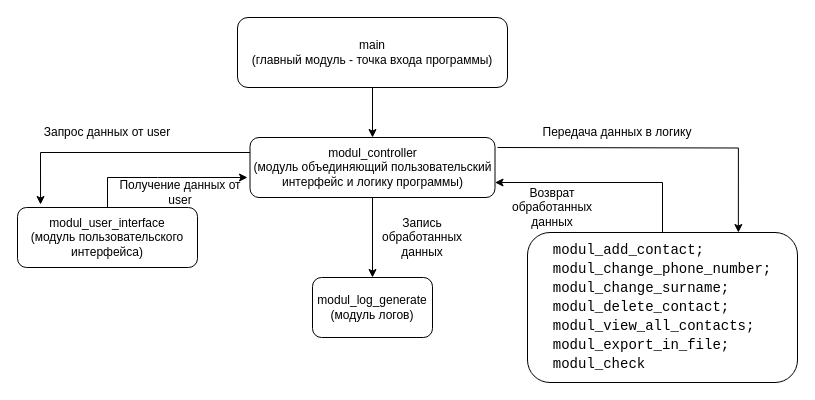
RomanKostikov/Seminar_7 keeps this draw.io diagram as homewok_phonebook/arch_program.drawio. Above is the earlier version. Source tidied: cells renumbered, new cells numbered last; positions are measured from the earlier drawing's top-left corner, leaving out a move shared by most shapes. Both pictures are drawn from the tidied source at 100%, with x=0, y=0 at pixel (17, 17).
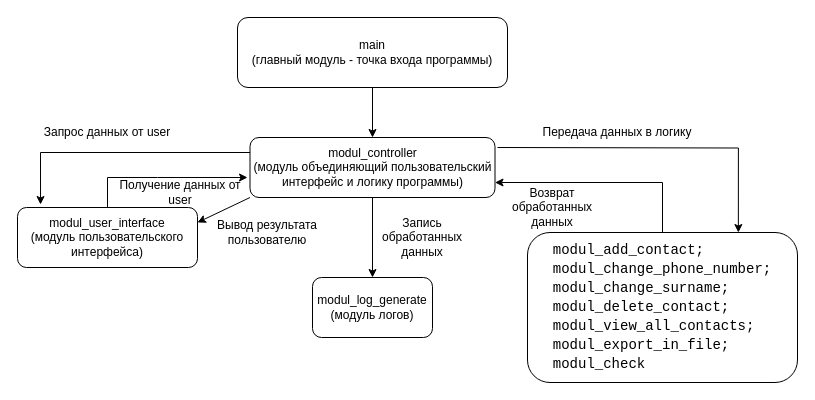
The same page after the edit.

The change refers to these unchanged cells:
```xml
<mxCell id="7" value="modul_controller&lt;br&gt;(модуль объединяющий пользовательский интерфейс и логику программы)" style="whiteSpace=wrap;html=1;rounded=1;" parent="1" vertex="1">
  <mxGeometry x="232.5" y="120" width="245" height="60" as="geometry" />
</mxCell>
<mxCell id="11" value="modul_user_interface&lt;br&gt;(модуль пользовательского интерфейса)" style="rounded=1;whiteSpace=wrap;html=1;" parent="1" vertex="1">
  <mxGeometry y="190" width="180" height="60" as="geometry" />
</mxCell>
```

What changed in the source:
```diff
@@
+    <mxCell id="18" style="endArrow=classic;html=1;rounded=0;entryX=1;entryY=0.25;entryDx=0;entryDy=0;exitX=0;exitY=1;exitDx=0;exitDy=0;" parent="1" edge="1" source="7" target="11">
+      <mxGeometry relative="1" as="geometry" />
+    </mxCell>
+    <mxCell id="19" value="Вывод результата пользователю" style="text;html=1;strokeColor=none;fillColor=none;align=center;verticalAlign=middle;whiteSpace=wrap;rounded=0;" parent="1" vertex="1">
+      <mxGeometry x="180" y="200" width="140" height="30" as="geometry" />
+    </mxCell>
```
